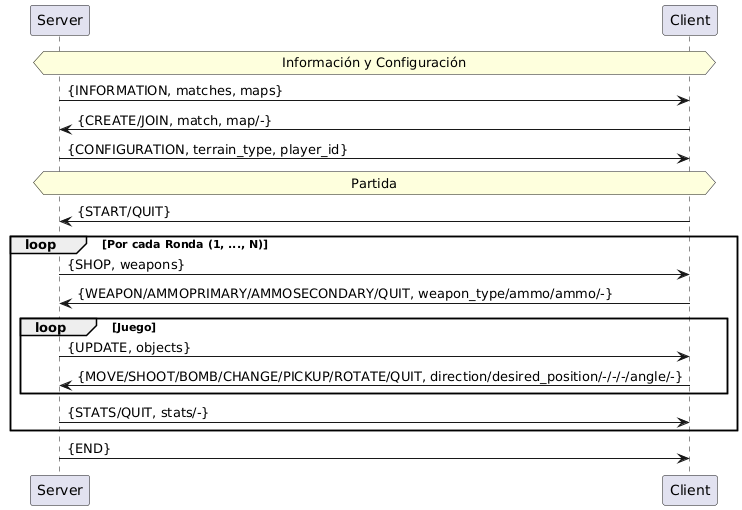
Before: doc/img/protocol.png, a diagram exported from PlantUML (caroracedo/counterstrike2d-2025c1-grupo2).
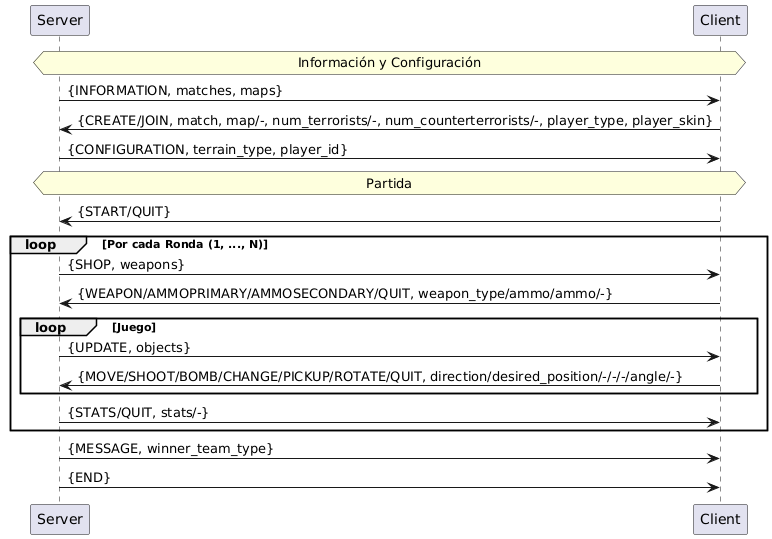
The same diagram one commit later.

Change to the diagram source:
```diff
@@ -1,7 +1,7 @@
 @startuml
 hnote across:Información y Configuración
 Server->Client: {INFORMATION, matches, maps}
-Client->Server: {CREATE/JOIN, match, map/-}
+Client->Server: {CREATE/JOIN, match, map/-, num_terrorists/-, num_counterterrorists/-, player_type, player_skin}
 Server->Client: {CONFIGURATION, terrain_type, player_id}
 
 hnote across:Partida
@@ -20,5 +20,6 @@
     Server->Client: {STATS/QUIT, stats/-}
 end
 
+Server->Client: {MESSAGE, winner_team_type}
 Server->Client: {END}
 @enduml
```
